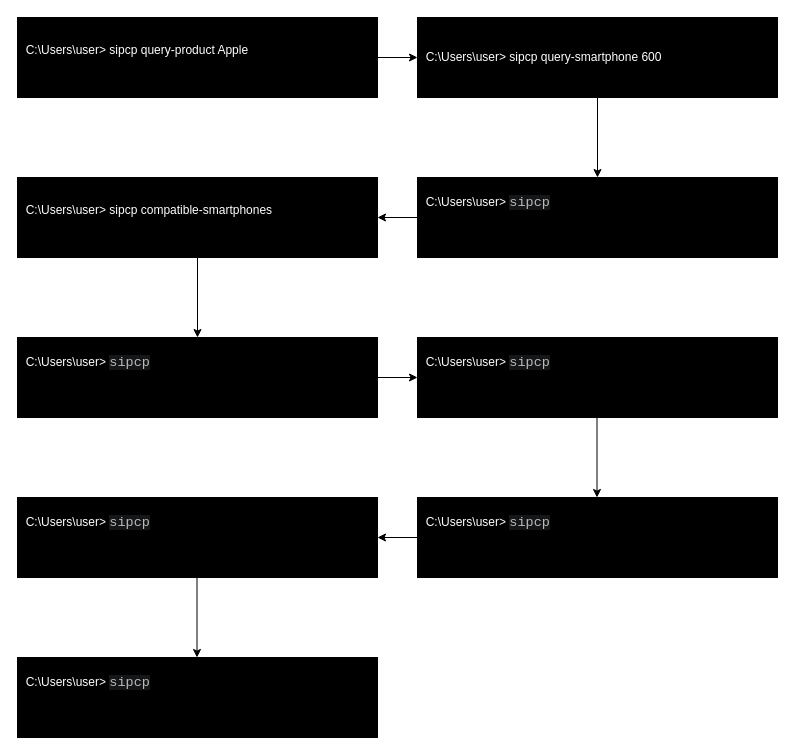
federicotorrielli/yapo keeps this draw.io diagram as Documenti/Images/cli.drawio. Above is the earlier version. Source tidied: cells renumbered, new cells numbered last; positions are measured from the earlier drawing's top-left corner, leaving out a move shared by most shapes. Both pictures are drawn from the tidied source at 100%, with x=0, y=0 at pixel (17, 17).
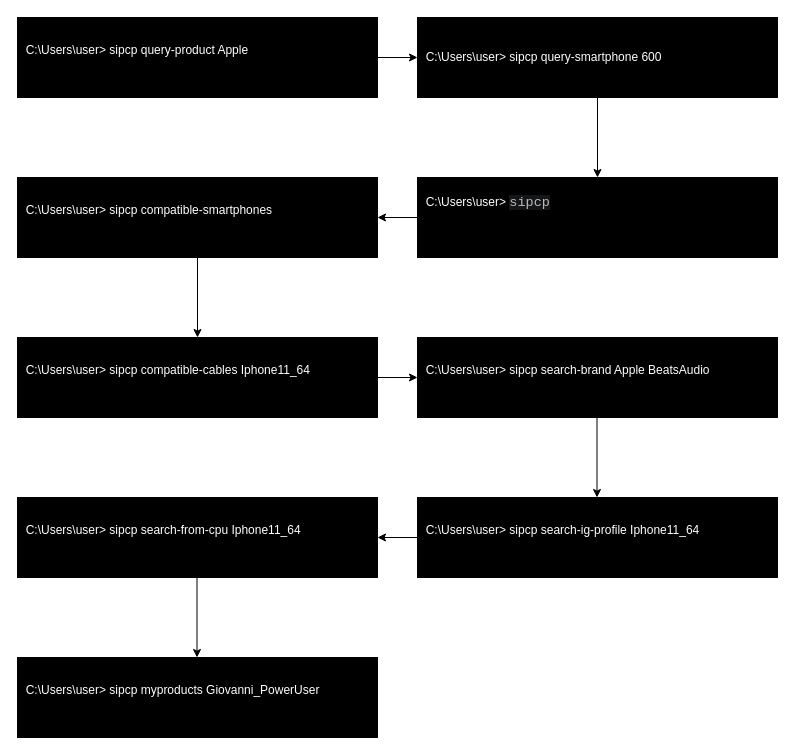
Above is the later version.

Diff of the diagram source:
```diff
@@
-    <mxCell id="10" value="&amp;nbsp; C:\Users\user&amp;gt;&amp;nbsp;&lt;span style=&quot;color: rgb(187 , 187 , 187) ; font-family: &amp;#34;jetbrains mono&amp;#34; , &amp;#34;consolas&amp;#34; , &amp;#34;liberation mono&amp;#34; , &amp;#34;menlo&amp;#34; , &amp;#34;courier&amp;#34; , monospace ; font-size: 13.5px ; background-color: rgba(212 , 222 , 231 , 0.098)&quot;&gt;sipcp&lt;/span&gt;&lt;br&gt;&lt;br&gt;&lt;br&gt;" style="rounded=0;whiteSpace=wrap;html=1;fillColor=#000000;fontColor=#FFFFFF;align=left;" parent="1" vertex="1">
+    <mxCell id="10" value="&amp;nbsp; C:\Users\user&amp;gt; sipcp compatible-cables Iphone11_64&lt;br&gt;&lt;br&gt;" style="rounded=0;whiteSpace=wrap;html=1;fillColor=#000000;fontColor=#FFFFFF;align=left;" parent="1" vertex="1">
       <mxGeometry y="320" width="360" height="80" as="geometry" />
     </mxCell>
-    <mxCell id="11" value="&amp;nbsp; C:\Users\user&amp;gt;&amp;nbsp;&lt;span style=&quot;color: rgb(187 , 187 , 187) ; font-family: &amp;#34;jetbrains mono&amp;#34; , &amp;#34;consolas&amp;#34; , &amp;#34;liberation mono&amp;#34; , &amp;#34;menlo&amp;#34; , &amp;#34;courier&amp;#34; , monospace ; font-size: 13.5px ; background-color: rgba(212 , 222 , 231 , 0.098)&quot;&gt;sipcp&lt;/span&gt;&lt;br&gt;&lt;br&gt;&lt;br&gt;" style="rounded=0;whiteSpace=wrap;html=1;fillColor=#000000;fontColor=#FFFFFF;align=left;" parent="1" vertex="1">
+    <mxCell id="11" value="&amp;nbsp; C:\Users\user&amp;gt; sipcp search-brand Apple BeatsAudio&lt;br&gt;&lt;br&gt;" style="rounded=0;whiteSpace=wrap;html=1;fillColor=#000000;fontColor=#FFFFFF;align=left;" parent="1" vertex="1">
       <mxGeometry x="400" y="320" width="360" height="80" as="geometry" />
     </mxCell>
@@
-    <mxCell id="13" value="&amp;nbsp; C:\Users\user&amp;gt;&amp;nbsp;&lt;span style=&quot;color: rgb(187 , 187 , 187) ; font-family: &amp;#34;jetbrains mono&amp;#34; , &amp;#34;consolas&amp;#34; , &amp;#34;liberation mono&amp;#34; , &amp;#34;menlo&amp;#34; , &amp;#34;courier&amp;#34; , monospace ; font-size: 13.5px ; background-color: rgba(212 , 222 , 231 , 0.098)&quot;&gt;sipcp&lt;/span&gt;&lt;br&gt;&lt;br&gt;&lt;br&gt;" style="rounded=0;whiteSpace=wrap;html=1;fillColor=#000000;fontColor=#FFFFFF;align=left;" parent="1" vertex="1">
+    <mxCell id="13" value="&amp;nbsp; C:\Users\user&amp;gt; sipcp search-ig-profile Iphone11_64&lt;br&gt;&lt;br&gt;" style="rounded=0;whiteSpace=wrap;html=1;fillColor=#000000;fontColor=#FFFFFF;align=left;" parent="1" vertex="1">
       <mxGeometry x="400" y="480" width="360" height="80" as="geometry" />
     </mxCell>
-    <mxCell id="14" value="&amp;nbsp; C:\Users\user&amp;gt;&amp;nbsp;&lt;span style=&quot;color: rgb(187 , 187 , 187) ; font-family: &amp;#34;jetbrains mono&amp;#34; , &amp;#34;consolas&amp;#34; , &amp;#34;liberation mono&amp;#34; , &amp;#34;menlo&amp;#34; , &amp;#34;courier&amp;#34; , monospace ; font-size: 13.5px ; background-color: rgba(212 , 222 , 231 , 0.098)&quot;&gt;sipcp&lt;/span&gt;&lt;br&gt;&lt;br&gt;&lt;br&gt;" style="rounded=0;whiteSpace=wrap;html=1;fillColor=#000000;fontColor=#FFFFFF;align=left;" parent="1" vertex="1">
+    <mxCell id="14" value="&amp;nbsp; C:\Users\user&amp;gt; sipcp search-from-cpu Iphone11_64&lt;br&gt;&lt;br&gt;" style="rounded=0;whiteSpace=wrap;html=1;fillColor=#000000;fontColor=#FFFFFF;align=left;" parent="1" vertex="1">
       <mxGeometry y="480" width="360" height="80" as="geometry" />
     </mxCell>
@@
-    <mxCell id="17" value="&amp;nbsp; C:\Users\user&amp;gt;&amp;nbsp;&lt;span style=&quot;color: rgb(187 , 187 , 187) ; font-family: &amp;#34;jetbrains mono&amp;#34; , &amp;#34;consolas&amp;#34; , &amp;#34;liberation mono&amp;#34; , &amp;#34;menlo&amp;#34; , &amp;#34;courier&amp;#34; , monospace ; font-size: 13.5px ; background-color: rgba(212 , 222 , 231 , 0.098)&quot;&gt;sipcp&lt;/span&gt;&lt;br&gt;&lt;br&gt;&lt;br&gt;" style="rounded=0;whiteSpace=wrap;html=1;fillColor=#000000;fontColor=#FFFFFF;align=left;" parent="1" vertex="1">
+    <mxCell id="17" value="&amp;nbsp; C:\Users\user&amp;gt; sipcp myproducts Giovanni_PowerUser&lt;br&gt;&lt;br&gt;" style="rounded=0;whiteSpace=wrap;html=1;fillColor=#000000;fontColor=#FFFFFF;align=left;" parent="1" vertex="1">
       <mxGeometry y="640" width="360" height="80" as="geometry" />
     </mxCell>
```
